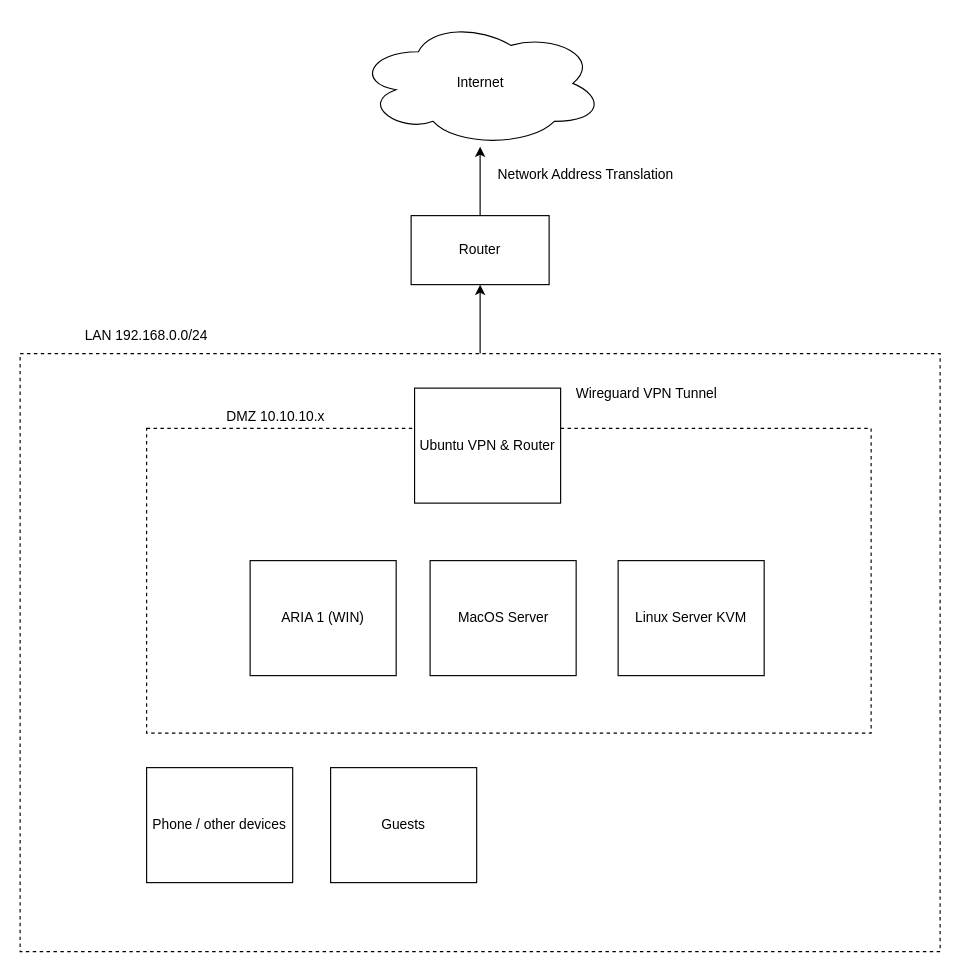
Before: resources/topology.drawio in qtkite/homelab, a draw.io diagram. Source tidied: cells renumbered, new cells numbered last; positions are measured from the earlier drawing's top-left corner, leaving out a move shared by most shapes. Both pictures are drawn from the tidied source at 115%, with x=0, y=0 at pixel (20, 20).
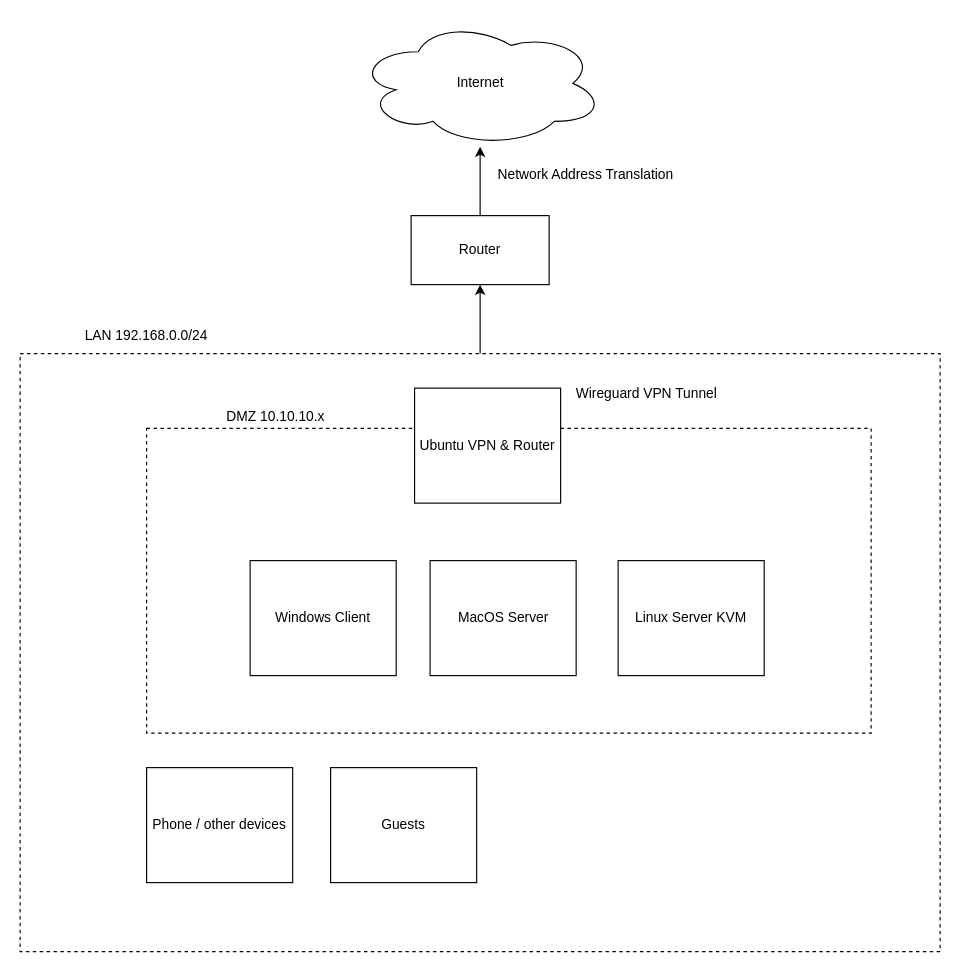
The same page after the edit.

The edit, as a diff of the source:
```diff
@@
 <mxGraphModel>
   <root>
     <mxCell id="0" />
     <mxCell id="1" parent="0" />
     <mxCell id="2" style="edgeStyle=orthogonalEdgeStyle;rounded=0;jettySize=auto;html=1;entryX=0.5;entryY=1;entryDx=0;entryDy=0;" parent="1" edge="1" source="3" target="6">
       <mxGeometry relative="1" as="geometry" />
     </mxCell>
     <mxCell id="3" style="rounded=0;whiteSpace=wrap;html=1;dashed=1;" parent="1" vertex="1">
       <mxGeometry y="290" width="800" height="520" as="geometry" />
     </mxCell>
     <mxCell id="4" style="rounded=0;whiteSpace=wrap;html=1;dashed=1;fillColor=none;" parent="1" vertex="1">
       <mxGeometry x="110" y="355" width="630" height="265" as="geometry" />
     </mxCell>
     <mxCell id="5" style="edgeStyle=orthogonalEdgeStyle;rounded=0;jettySize=auto;html=1;" parent="1" edge="1" source="6" target="7">
       <mxGeometry relative="1" as="geometry" />
     </mxCell>
     <mxCell id="6" value="Router" style="rounded=0;whiteSpace=wrap;html=1;" parent="1" vertex="1">
       <mxGeometry x="340" y="170" width="120" height="60" as="geometry" />
     </mxCell>
     <mxCell id="7" value="Internet" style="ellipse;shape=cloud;whiteSpace=wrap;html=1;" parent="1" vertex="1">
       <mxGeometry x="292.5" width="215" height="110" as="geometry" />
     </mxCell>
     <mxCell id="8" value="Wireguard VPN Tunnel" style="text;html=1;strokeColor=none;fillColor=none;align=center;verticalAlign=middle;whiteSpace=wrap;rounded=0;" parent="1" vertex="1">
       <mxGeometry x="470" y="310" width="150" height="30" as="geometry" />
     </mxCell>
     <mxCell id="9" value="LAN 192.168.0.0/24" style="text;html=1;strokeColor=none;fillColor=none;align=center;verticalAlign=middle;whiteSpace=wrap;rounded=0;" parent="1" vertex="1">
       <mxGeometry x="10" y="260" width="200" height="30" as="geometry" />
     </mxCell>
-    <mxCell id="10" value="ARIA 1 (WIN)" style="rounded=0;whiteSpace=wrap;html=1;" parent="1" vertex="1">
+    <mxCell id="10" value="Windows Client" style="rounded=0;whiteSpace=wrap;html=1;" parent="1" vertex="1">
       <mxGeometry x="200" y="470" width="127" height="100" as="geometry" />
     </mxCell>
     <mxCell id="11" value="Phone / other devices" style="rounded=0;whiteSpace=wrap;html=1;" parent="1" vertex="1">
       <mxGeometry x="110" y="650" width="127" height="100" as="geometry" />
     </mxCell>
     <mxCell id="12" value="Ubuntu VPN &amp;amp; Router" style="rounded=0;whiteSpace=wrap;html=1;" parent="1" vertex="1">
       <mxGeometry x="343" y="320" width="127" height="100" as="geometry" />
     </mxCell>
     <mxCell id="13" value="Network Address Translation" style="text;html=1;strokeColor=none;fillColor=none;align=center;verticalAlign=middle;whiteSpace=wrap;rounded=0;" parent="1" vertex="1">
       <mxGeometry x="397" y="120" width="190" height="30" as="geometry" />
     </mxCell>
     <mxCell id="14" value="MacOS Server" style="rounded=0;whiteSpace=wrap;html=1;" parent="1" vertex="1">
       <mxGeometry x="356.5" y="470" width="127" height="100" as="geometry" />
     </mxCell>
     <mxCell id="15" value="Linux Server KVM" style="rounded=0;whiteSpace=wrap;html=1;" parent="1" vertex="1">
       <mxGeometry x="520" y="470" width="127" height="100" as="geometry" />
     </mxCell>
     <mxCell id="16" value="Guests" style="rounded=0;whiteSpace=wrap;html=1;" parent="1" vertex="1">
       <mxGeometry x="270" y="650" width="127" height="100" as="geometry" />
     </mxCell>
     <mxCell id="17" value="DMZ 10.10.10.x" style="text;html=1;strokeColor=none;fillColor=none;align=center;verticalAlign=middle;whiteSpace=wrap;rounded=0;" parent="1" vertex="1">
       <mxGeometry x="170" y="330" width="105" height="30" as="geometry" />
     </mxCell>
   </root>
 </mxGraphModel>
```
